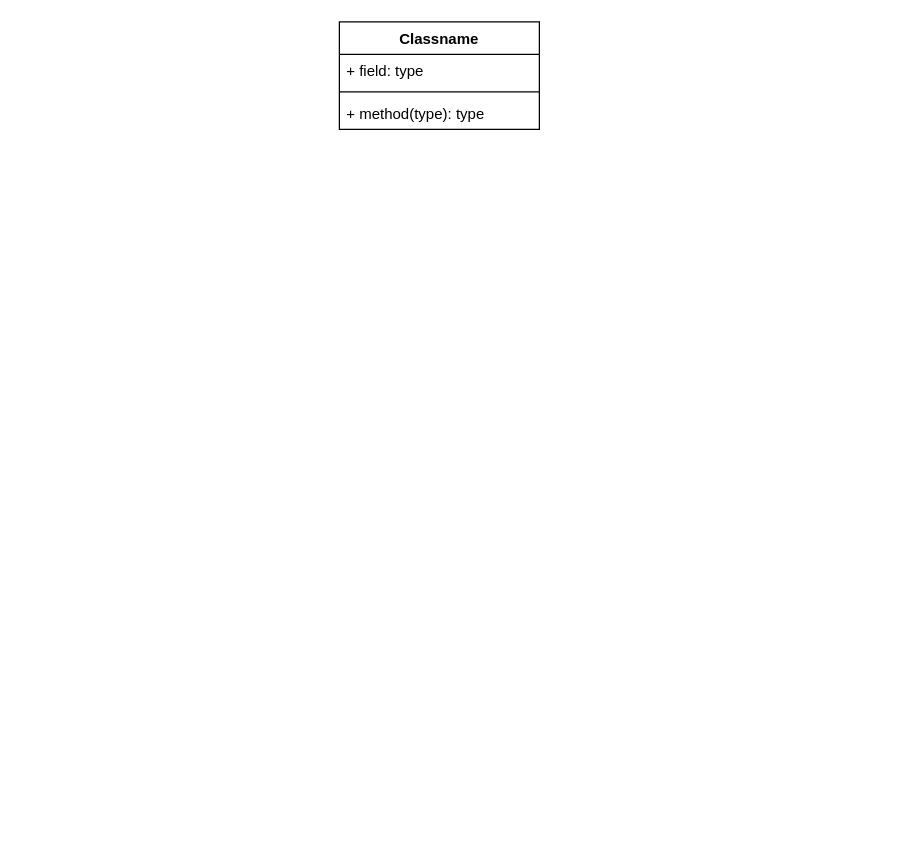
Before: Test.drawio in Douglas2022322/databases_-_OCC_diagram, a draw.io diagram. Source tidied: cells renumbered, new cells numbered last; positions are measured from the earlier drawing's top-left corner, leaving out a move shared by most shapes. Both pictures are drawn from the tidied source at 125%, with x=0, y=0 at pixel (339, 21).
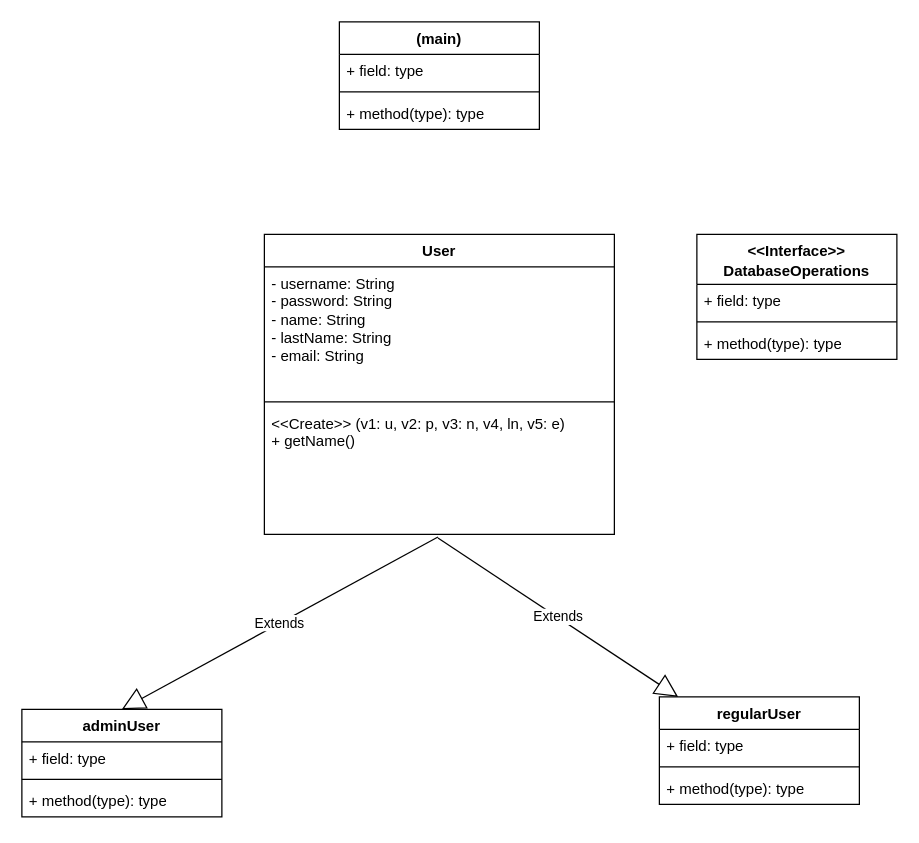
Above is the later version.

Diff of the diagram source:
```diff
@@
-    <mxCell id="2" value="Classname" style="swimlane;fontStyle=1;align=center;verticalAlign=top;horizontal=1;startSize=26;whiteSpace=wrap;html=1;" parent="1" vertex="1">
+    <mxCell id="2" value="(main)" style="swimlane;fontStyle=1;align=center;verticalAlign=top;horizontal=1;startSize=26;whiteSpace=wrap;html=1;" parent="1" vertex="1">
       <mxGeometry width="160" height="86" as="geometry" />
     </mxCell>
@@
+    <mxCell id="6" value="User" style="swimlane;fontStyle=1;align=center;verticalAlign=top;horizontal=1;startSize=26;whiteSpace=wrap;html=1;" parent="1" vertex="1">
+      <mxGeometry x="-60" y="170" width="280" height="240" as="geometry" />
+    </mxCell>
+    <mxCell id="7" value="- username: String&lt;br&gt;- password: String&lt;br&gt;- name: String&lt;br&gt;- lastName: String&lt;br&gt;- email: String" style="text;strokeColor=none;fillColor=none;align=left;verticalAlign=top;spacingLeft=4;spacingRight=4;overflow=hidden;whiteSpace=wrap;html=1;" parent="6" vertex="1">
+      <mxGeometry y="26" width="280" height="104" as="geometry" />
+    </mxCell>
+    <mxCell id="8" style="line;strokeWidth=1;fillColor=none;align=left;verticalAlign=middle;spacingTop=-1;spacingLeft=3;spacingRight=3;labelPosition=right;strokeColor=inherit;" parent="6" vertex="1">
+      <mxGeometry y="130" width="280" height="8" as="geometry" />
+    </mxCell>
+    <mxCell id="9" value="&amp;lt;&amp;lt;Create&amp;gt;&amp;gt; (v1: u, v2: p, v3: n, v4, ln, v5: e)&lt;br&gt;+ getName()" style="text;strokeColor=none;fillColor=none;align=left;verticalAlign=top;spacingLeft=4;spacingRight=4;overflow=hidden;points=[[0,0.5],[1,0.5]];portConstraint=eastwest;whiteSpace=wrap;html=1;" parent="6" vertex="1">
+      <mxGeometry y="138" width="280" height="102" as="geometry" />
+    </mxCell>
+    <mxCell id="10" value="adminUser" style="swimlane;fontStyle=1;align=center;verticalAlign=top;horizontal=1;startSize=26;whiteSpace=wrap;html=1;" parent="1" vertex="1">
+      <mxGeometry x="-254" y="550" width="160" height="86" as="geometry" />
+    </mxCell>
+    <mxCell id="11" value="+ field: type" style="text;strokeColor=none;fillColor=none;align=left;verticalAlign=top;spacingLeft=4;spacingRight=4;overflow=hidden;whiteSpace=wrap;html=1;" parent="10" vertex="1">
+      <mxGeometry y="26" width="160" height="26" as="geometry" />
+    </mxCell>
+    <mxCell id="12" style="line;strokeWidth=1;fillColor=none;align=left;verticalAlign=middle;spacingTop=-1;spacingLeft=3;spacingRight=3;labelPosition=right;strokeColor=inherit;" parent="10" vertex="1">
+      <mxGeometry y="52" width="160" height="8" as="geometry" />
+    </mxCell>
+    <mxCell id="13" value="+ method(type): type" style="text;strokeColor=none;fillColor=none;align=left;verticalAlign=top;spacingLeft=4;spacingRight=4;overflow=hidden;whiteSpace=wrap;html=1;" parent="10" vertex="1">
+      <mxGeometry y="60" width="160" height="26" as="geometry" />
+    </mxCell>
+    <mxCell id="14" value="regularUser" style="swimlane;fontStyle=1;align=center;verticalAlign=top;horizontal=1;startSize=26;whiteSpace=wrap;html=1;" parent="1" vertex="1">
+      <mxGeometry x="256" y="540" width="160" height="86" as="geometry" />
+    </mxCell>
+    <mxCell id="15" value="+ field: type" style="text;strokeColor=none;fillColor=none;align=left;verticalAlign=top;spacingLeft=4;spacingRight=4;overflow=hidden;whiteSpace=wrap;html=1;" parent="14" vertex="1">
+      <mxGeometry y="26" width="160" height="26" as="geometry" />
+    </mxCell>
+    <mxCell id="16" style="line;strokeWidth=1;fillColor=none;align=left;verticalAlign=middle;spacingTop=-1;spacingLeft=3;spacingRight=3;labelPosition=right;strokeColor=inherit;" parent="14" vertex="1">
+      <mxGeometry y="52" width="160" height="8" as="geometry" />
+    </mxCell>
+    <mxCell id="17" value="+ method(type): type" style="text;strokeColor=none;fillColor=none;align=left;verticalAlign=top;spacingLeft=4;spacingRight=4;overflow=hidden;whiteSpace=wrap;html=1;" parent="14" vertex="1">
+      <mxGeometry y="60" width="160" height="26" as="geometry" />
+    </mxCell>
+    <mxCell id="18" value="Extends" style="endArrow=block;endSize=16;endFill=0;html=1;rounded=0;exitX=0.496;exitY=1.029;exitDx=0;exitDy=0;exitPerimeter=0;" parent="1" edge="1" source="9" target="14">
+      <mxGeometry relative="1" as="geometry" />
+    </mxCell>
+    <mxCell id="19" value="Extends" style="endArrow=block;endSize=16;endFill=0;html=1;rounded=0;exitX=0.496;exitY=1.02;exitDx=0;exitDy=0;exitPerimeter=0;entryX=0.5;entryY=0;entryDx=0;entryDy=0;" parent="1" edge="1" source="9" target="10">
+      <mxGeometry relative="1" as="geometry" />
+    </mxCell>
+    <mxCell id="20" value="&amp;lt;&amp;lt;Interface&amp;gt;&amp;gt;&lt;br&gt;DatabaseOperations&lt;span style=&quot;color: rgb(255, 255, 255); font-family: &amp;quot;Söhne Mono&amp;quot;, Monaco, &amp;quot;Andale Mono&amp;quot;, &amp;quot;Ubuntu Mono&amp;quot;, monospace; font-size: 14px; font-weight: 400; text-align: left; background-color: rgb(0, 0, 0);&quot;&gt; &lt;/span&gt;" style="swimlane;fontStyle=1;align=center;verticalAlign=top;horizontal=1;startSize=40;whiteSpace=wrap;html=1;" parent="1" vertex="1">
+      <mxGeometry x="286" y="170" width="160" height="100" as="geometry" />
+    </mxCell>
+    <mxCell id="21" value="+ field: type" style="text;strokeColor=none;fillColor=none;align=left;verticalAlign=top;spacingLeft=4;spacingRight=4;overflow=hidden;whiteSpace=wrap;html=1;" parent="20" vertex="1">
+      <mxGeometry y="40" width="160" height="26" as="geometry" />
+    </mxCell>
+    <mxCell id="22" style="line;strokeWidth=1;fillColor=none;align=left;verticalAlign=middle;spacingTop=-1;spacingLeft=3;spacingRight=3;labelPosition=right;strokeColor=inherit;" parent="20" vertex="1">
+      <mxGeometry y="66" width="160" height="8" as="geometry" />
+    </mxCell>
+    <mxCell id="23" value="+ method(type): type" style="text;strokeColor=none;fillColor=none;align=left;verticalAlign=top;spacingLeft=4;spacingRight=4;overflow=hidden;whiteSpace=wrap;html=1;" parent="20" vertex="1">
+      <mxGeometry y="74" width="160" height="26" as="geometry" />
+    </mxCell>
```
